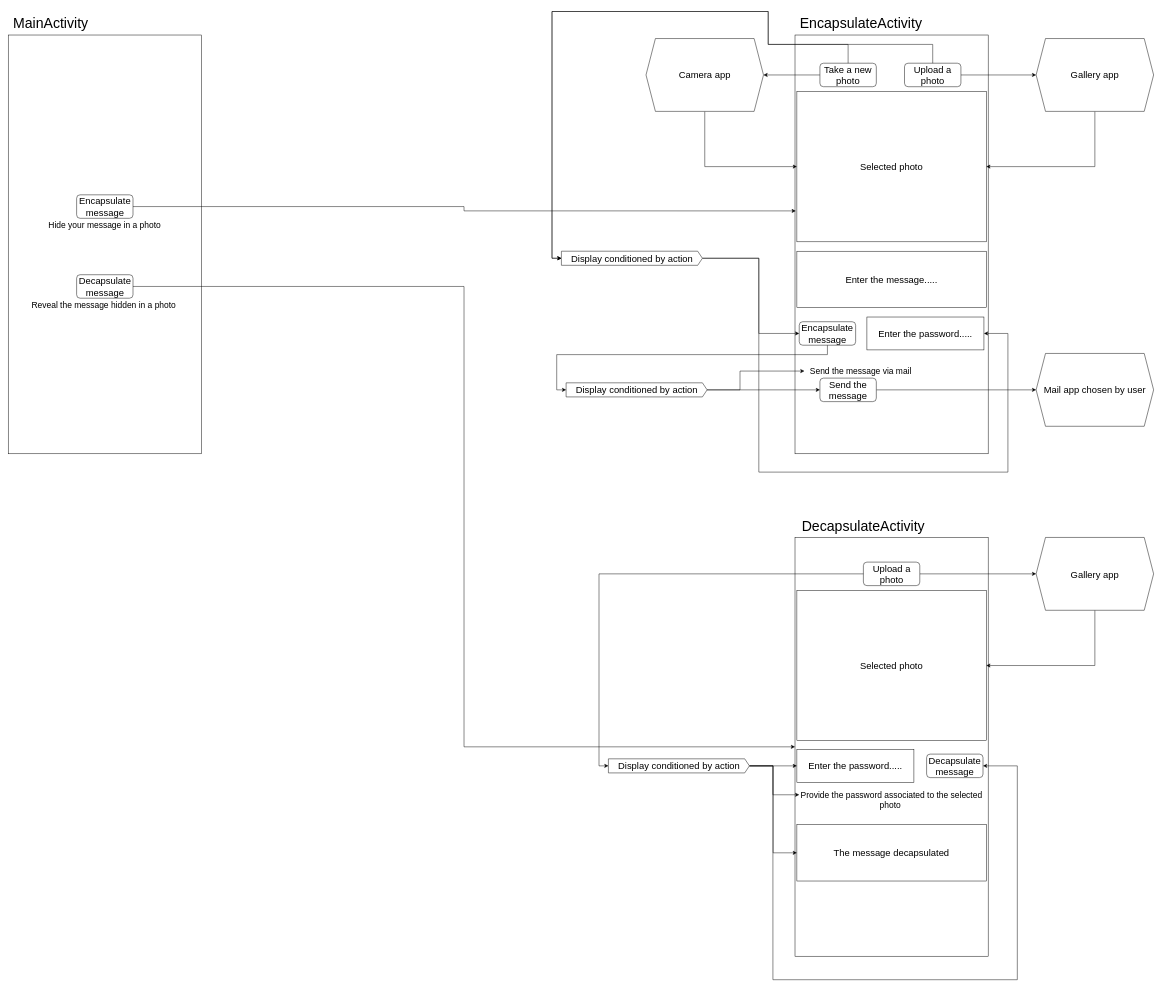
Andrei144/stegano keeps this draw.io diagram as appDesign/activityDesign.drawio. Above is the earlier version. Source tidied: cells renumbered, new cells numbered last; positions are measured from the earlier drawing's top-left corner, leaving out a move shared by most shapes. Both pictures are drawn from the tidied source at 47%, with x=0, y=0 at pixel (8, 11).
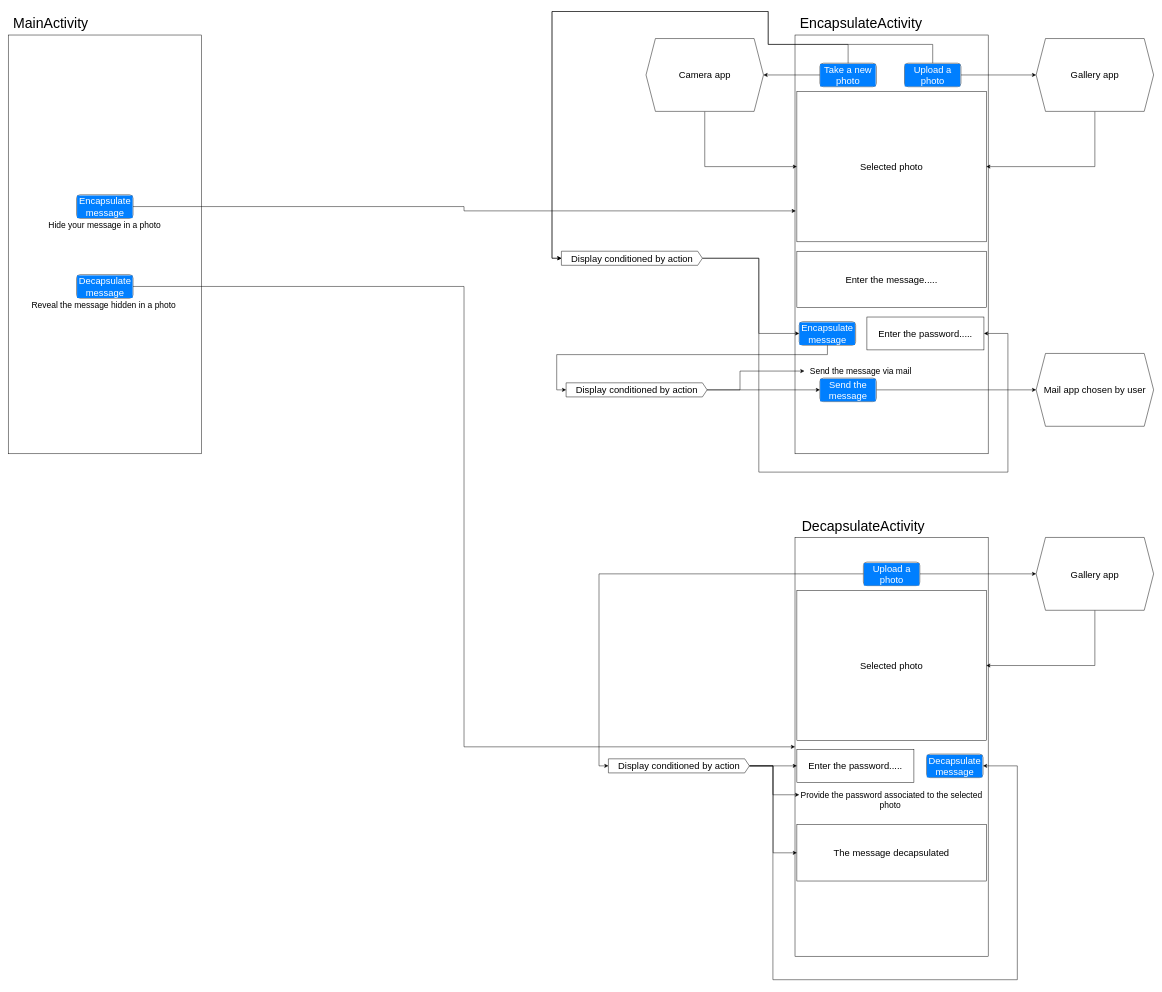
After the change.

Commit message (it also covers changes not shown here):
Create encapsulate and decapsulate activities. Design the main and the encapsulate activities.

Diff of the diagram source:
```diff
@@
-    <mxCell id="5" value="&lt;font style=&quot;font-size: 20px;&quot;&gt;Encapsulate message&lt;/font&gt;" style="rounded=1;whiteSpace=wrap;html=1;" parent="1" vertex="1">
+    <mxCell id="5" value="&lt;font style=&quot;font-size: 20px;&quot;&gt;Encapsulate message&lt;/font&gt;" style="rounded=1;whiteSpace=wrap;html=1;labelBackgroundColor=#007FFF;fontColor=#ffffff;" parent="1" vertex="1">
       <mxGeometry x="145.5" y="390" width="120" height="50" as="geometry" />
     </mxCell>
@@
-    <mxCell id="7" value="&lt;font style=&quot;font-size: 20px;&quot;&gt;Decapsulate message&lt;/font&gt;" style="rounded=1;whiteSpace=wrap;html=1;" parent="1" vertex="1">
+    <mxCell id="7" value="&lt;font style=&quot;font-size: 20px;&quot;&gt;Decapsulate message&lt;/font&gt;" style="rounded=1;whiteSpace=wrap;html=1;fontColor=#ffffff;labelBackgroundColor=#007FFF;" parent="1" vertex="1">
       <mxGeometry x="145.5" y="560" width="120" height="50" as="geometry" />
     </mxCell>
@@
-    <mxCell id="13" value="&lt;font style=&quot;font-size: 20px;&quot;&gt;Take a new photo&lt;/font&gt;" style="rounded=1;whiteSpace=wrap;html=1;fontSize=12;" parent="1" vertex="1">
+    <mxCell id="13" value="&lt;font style=&quot;font-size: 20px;&quot;&gt;Take a new photo&lt;/font&gt;" style="rounded=1;whiteSpace=wrap;html=1;fontSize=12;fontColor=#FFFFFF;labelBackgroundColor=#007FFF;" parent="1" vertex="1">
       <mxGeometry x="1727" y="110" width="120" height="50" as="geometry" />
     </mxCell>
@@
-    <mxCell id="15" value="&lt;font style=&quot;font-size: 20px;&quot;&gt;Upload a photo&lt;/font&gt;" style="rounded=1;whiteSpace=wrap;html=1;" parent="1" vertex="1">
+    <mxCell id="15" value="&lt;font style=&quot;font-size: 20px;&quot;&gt;Upload a photo&lt;/font&gt;" style="rounded=1;whiteSpace=wrap;html=1;labelBackgroundColor=#007FFF;fontColor=#FFFFFF;" parent="1" vertex="1">
       <mxGeometry x="1907" y="110" width="120" height="50" as="geometry" />
     </mxCell>
@@
-    <mxCell id="18" value="Encapsulate message" style="rounded=1;whiteSpace=wrap;html=1;fontSize=20;" parent="1" vertex="1">
+    <mxCell id="18" value="Encapsulate message" style="rounded=1;whiteSpace=wrap;html=1;fontSize=20;fontColor=#FFFFFF;labelBackgroundColor=#007FFF;" parent="1" vertex="1">
       <mxGeometry x="1683" y="660" width="120" height="50" as="geometry" />
     </mxCell>
@@
-    <mxCell id="20" value="Send the message" style="rounded=1;whiteSpace=wrap;html=1;fontSize=20;" parent="1" vertex="1">
+    <mxCell id="20" value="Send the message" style="rounded=1;whiteSpace=wrap;html=1;fontSize=20;labelBackgroundColor=#007FFF;fontColor=#FFFFFF;" parent="1" vertex="1">
       <mxGeometry x="1727" y="780" width="120" height="50" as="geometry" />
     </mxCell>
@@
-    <mxCell id="28" value="Upload a photo" style="rounded=1;whiteSpace=wrap;html=1;fontSize=20;" parent="1" vertex="1">
+    <mxCell id="28" value="Upload a photo" style="rounded=1;whiteSpace=wrap;html=1;fontSize=20;labelBackgroundColor=#007FFF;fontColor=#FFFFFF;" parent="1" vertex="1">
       <mxGeometry x="1819.5" y="1171.5" width="120" height="50" as="geometry" />
     </mxCell>
@@
-    <mxCell id="35" value="&lt;font style=&quot;font-size: 20px;&quot;&gt;Decapsulate message&lt;/font&gt;" style="rounded=1;whiteSpace=wrap;html=1;" parent="1" vertex="1">
+    <mxCell id="35" value="&lt;font style=&quot;font-size: 20px;&quot;&gt;Decapsulate message&lt;/font&gt;" style="rounded=1;whiteSpace=wrap;html=1;labelBackgroundColor=#007FFF;fontColor=#FFFFFF;" parent="1" vertex="1">
       <mxGeometry x="1954" y="1580" width="120" height="50" as="geometry" />
     </mxCell>
```
